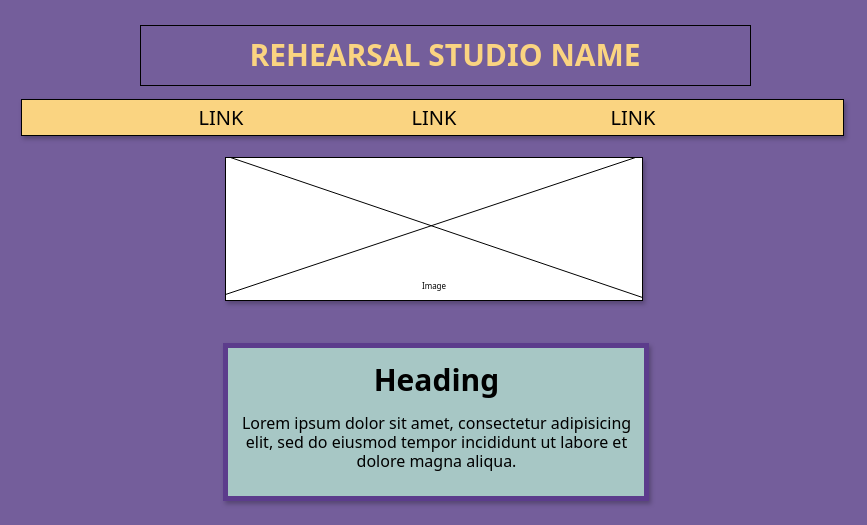
sagesaintsalem/ccfirstproject keeps this draw.io diagram as page "Page-1" (1 of 2) of 2_wireframes.drawio. Above is the earlier version. Source tidied: cells renumbered, new cells numbered last; positions are measured from the earlier drawing's top-left corner, leaving out a move shared by most shapes. Both pictures are drawn from the tidied source at 100%, with x=0, y=0 at pixel (21, 25).
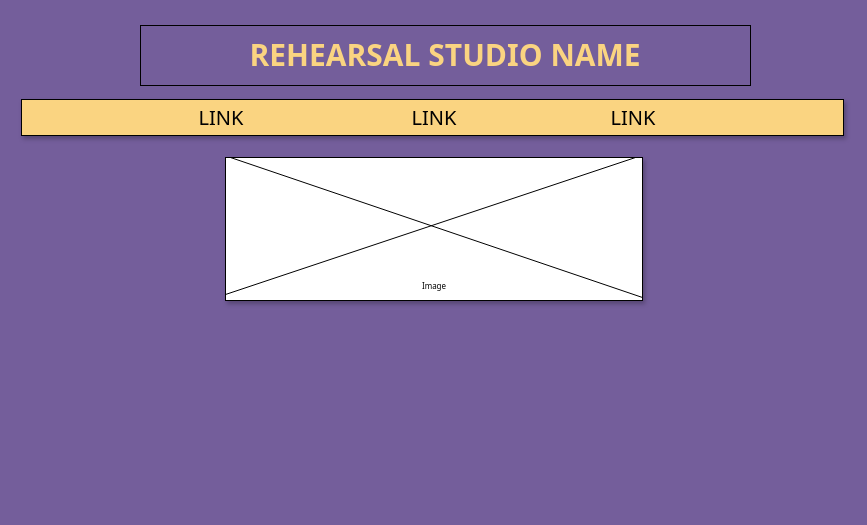
The same diagram, later.

Diff of the diagram source:
```diff
@@
 <mxGraphModel background="#745e9b">
   <root>
     <mxCell id="0" />
     <mxCell id="1" parent="0" />
     <mxCell id="2" style="rounded=0;whiteSpace=wrap;html=1;labelBackgroundColor=none;fontSize=14;fillColor=#745E9B;" parent="1" vertex="1">
       <mxGeometry x="119" width="610" height="60" as="geometry" />
     </mxCell>
     <mxCell id="3" style="rounded=0;whiteSpace=wrap;html=1;labelBackgroundColor=none;fontSize=14;fillColor=#fad481;shadow=1;" parent="1" vertex="1">
       <mxGeometry y="74" width="822" height="36" as="geometry" />
     </mxCell>
     <mxCell id="4" value="&lt;h1 style=&quot;font-size: 30px;&quot;&gt;&lt;font style=&quot;font-size: 30px;&quot; face=&quot;Tahoma&quot;&gt;REHEARSAL STUDIO NAME&lt;/font&gt;&lt;/h1&gt;" style="text;html=1;strokeColor=none;fillColor=none;align=center;verticalAlign=middle;whiteSpace=wrap;rounded=0;labelBackgroundColor=none;fontSize=14;fontColor=#FAD481;" parent="1" vertex="1">
       <mxGeometry x="200" y="15" width="448" height="30" as="geometry" />
     </mxCell>
     <mxCell id="5" value="LINK" style="text;html=1;strokeColor=none;fillColor=none;align=center;verticalAlign=middle;whiteSpace=wrap;rounded=0;labelBackgroundColor=none;fontFamily=Tahoma;fontSize=20;fontColor=#000000;" parent="1" vertex="1">
       <mxGeometry x="383" y="77" width="60" height="30" as="geometry" />
     </mxCell>
     <mxCell id="6" value="LINK" style="text;html=1;strokeColor=none;fillColor=none;align=center;verticalAlign=middle;whiteSpace=wrap;rounded=0;labelBackgroundColor=none;fontFamily=Tahoma;fontSize=20;fontColor=#000000;" parent="1" vertex="1">
       <mxGeometry x="582" y="77" width="60" height="30" as="geometry" />
     </mxCell>
     <mxCell id="7" value="LINK" style="text;html=1;strokeColor=none;fillColor=none;align=center;verticalAlign=middle;whiteSpace=wrap;rounded=0;labelBackgroundColor=none;fontFamily=Tahoma;fontSize=20;fontColor=#000000;" parent="1" vertex="1">
       <mxGeometry x="170" y="77" width="60" height="30" as="geometry" />
     </mxCell>
     <mxCell id="8" style="group;shadow=1;" parent="1" vertex="1">
       <mxGeometry x="204" y="132" width="417" height="143" as="geometry" />
     </mxCell>
     <mxCell id="9" style="rounded=0;whiteSpace=wrap;html=1;labelBackgroundColor=none;fontFamily=Tahoma;fontSize=20;shadow=1;" parent="8" vertex="1">
       <mxGeometry width="417" height="143" as="geometry" />
     </mxCell>
     <mxCell id="10" style="endArrow=none;html=1;rounded=0;fontFamily=Tahoma;fontSize=20;fontColor=#000000;" parent="8" edge="1">
       <mxGeometry relative="1" as="geometry">
         <mxPoint y="137" as="sourcePoint" />
         <mxPoint x="410" as="targetPoint" />
       </mxGeometry>
     </mxCell>
     <mxCell id="11" style="endArrow=none;html=1;rounded=0;fontFamily=Tahoma;fontSize=20;fontColor=#000000;" parent="8" edge="1">
       <mxGeometry relative="1" as="geometry">
         <mxPoint x="417" y="140" as="sourcePoint" />
         <mxPoint x="5" as="targetPoint" />
       </mxGeometry>
     </mxCell>
     <mxCell id="12" value="Image" style="text;html=1;strokeColor=none;fillColor=none;align=center;verticalAlign=middle;whiteSpace=wrap;rounded=0;shadow=1;labelBackgroundColor=none;fontFamily=Tahoma;fontSize=8;fontColor=#000000;" parent="8" vertex="1">
       <mxGeometry x="179" y="113" width="60" height="30" as="geometry" />
     </mxCell>
-    <mxCell id="13" value="&lt;h1 align=&quot;center&quot;&gt;&lt;font style=&quot;font-size: 30px;&quot;&gt;Heading&lt;/font&gt;&lt;/h1&gt;&lt;p style=&quot;font-size: 16px;&quot; align=&quot;center&quot;&gt;Lorem ipsum dolor sit amet, consectetur adipisicing elit, sed do eiusmod tempor incididunt ut labore et dolore magna aliqua.&lt;/p&gt;" style="text;html=1;strokeColor=#5C3C8C;fillColor=#a7c7c5;spacing=5;spacingTop=-4;whiteSpace=wrap;overflow=hidden;rounded=0;shadow=1;labelBackgroundColor=none;fontFamily=Tahoma;fontSize=8;labelBorderColor=none;strokeWidth=5;sketch=0;" parent="1" vertex="1">
-      <mxGeometry x="204" y="320" width="421" height="153" as="geometry" />
-    </mxCell>
   </root>
 </mxGraphModel>
```
